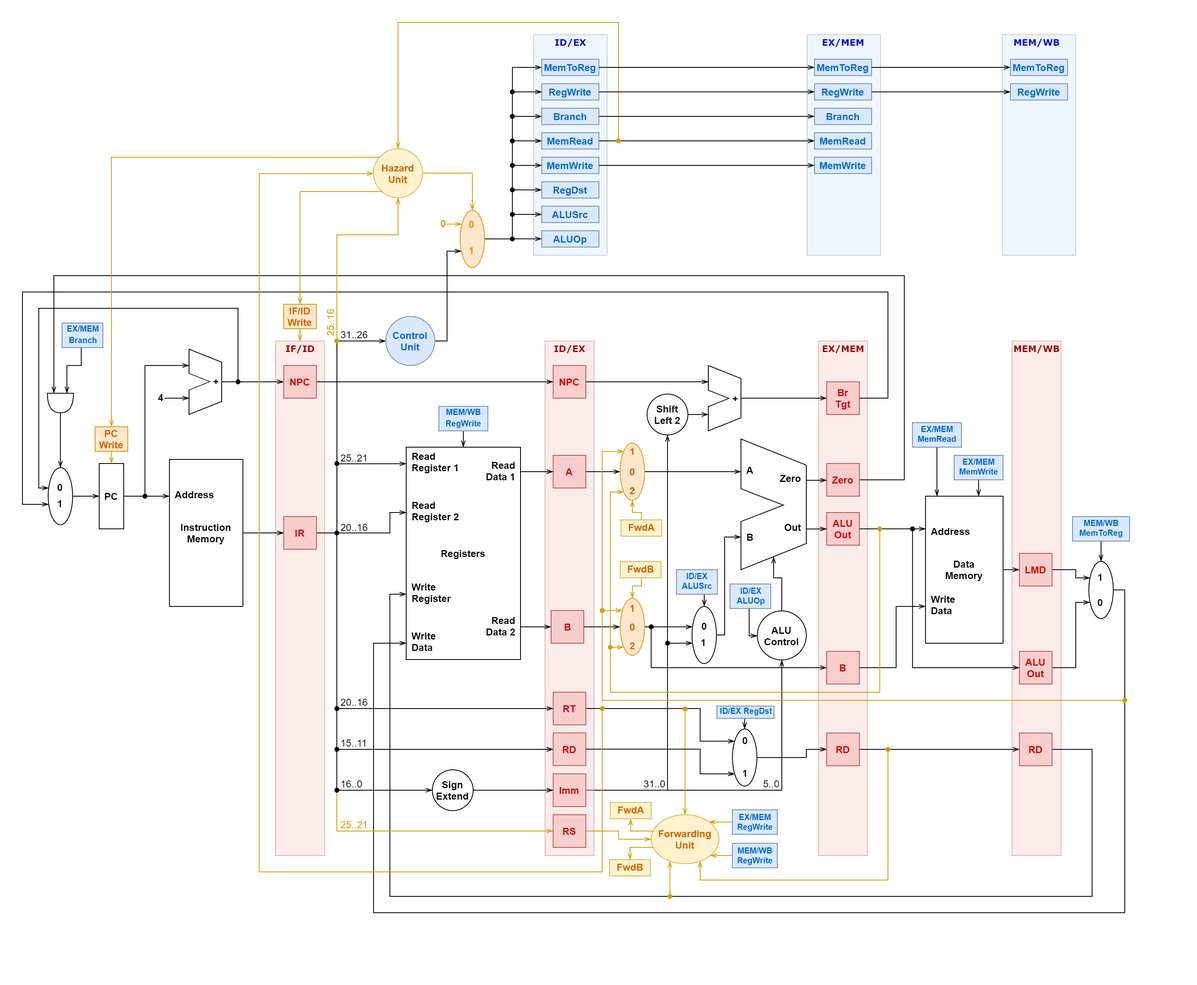
Before: diagramDataHazard.png, a diagram exported from draw.io (gabekanegae/mips-pipeline-simulator). Source tidied: cells renumbered, new cells last; positions are measured from the earlier drawing's top-left corner, leaving out a move shared by most shapes.
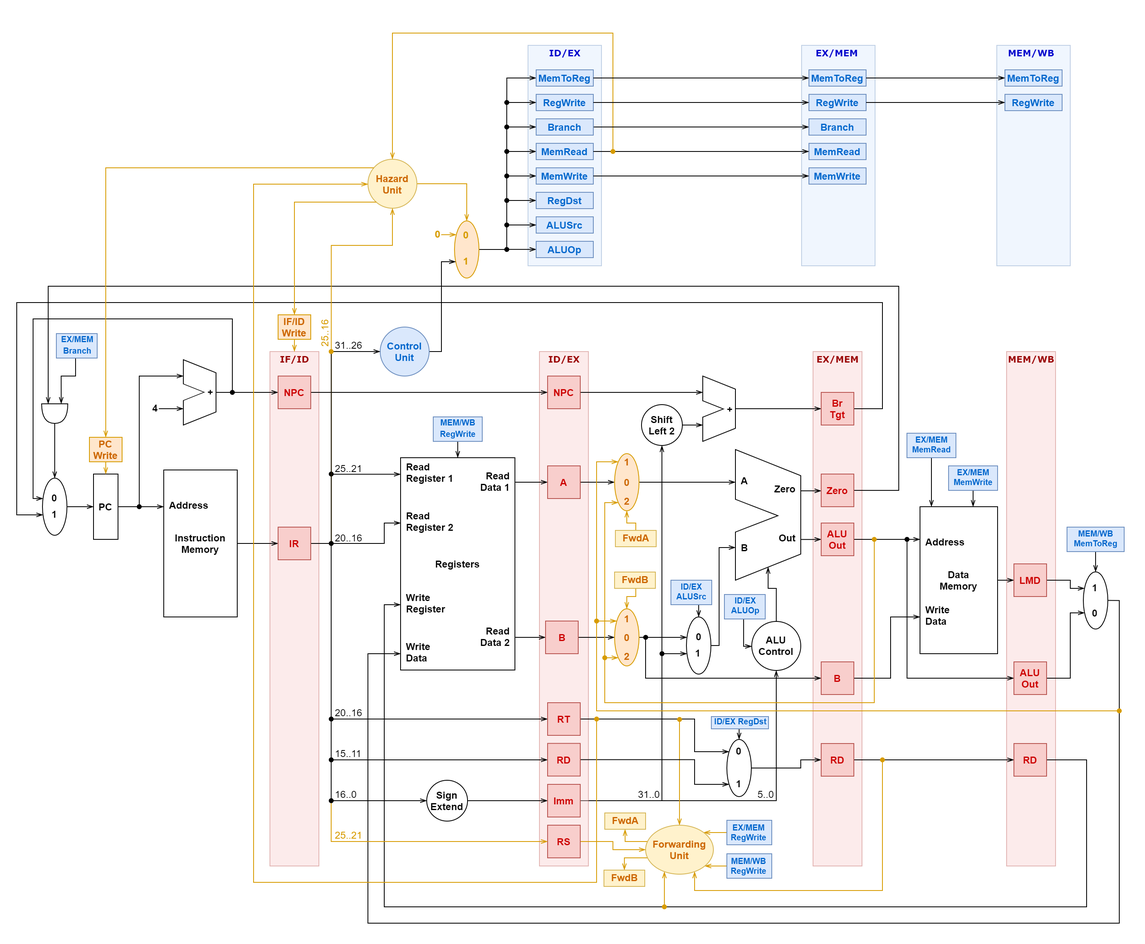
After the change.

Commit message:
Fix diagram sizes

The edit, as a diff of the source:
```diff
@@ -1093,5 +1093,8 @@
     <mxCell id="262" style="ellipse;whiteSpace=wrap;html=1;strokeColor=#000000;fillColor=#000000;fontSize=10;fontColor=#CC6600;align=right;" parent="1" vertex="1">
       <mxGeometry x="382.6" y="937.5" width="5" height="5" as="geometry" />
     </mxCell>
+    <mxCell id="263" style="rounded=0;whiteSpace=wrap;html=1;fillColor=none;strokeColor=none;" parent="1" vertex="1">
+      <mxGeometry x="-20" y="-40" width="1400" height="1154" as="geometry" />
+    </mxCell>
   </root>
 </mxGraphModel>
```
